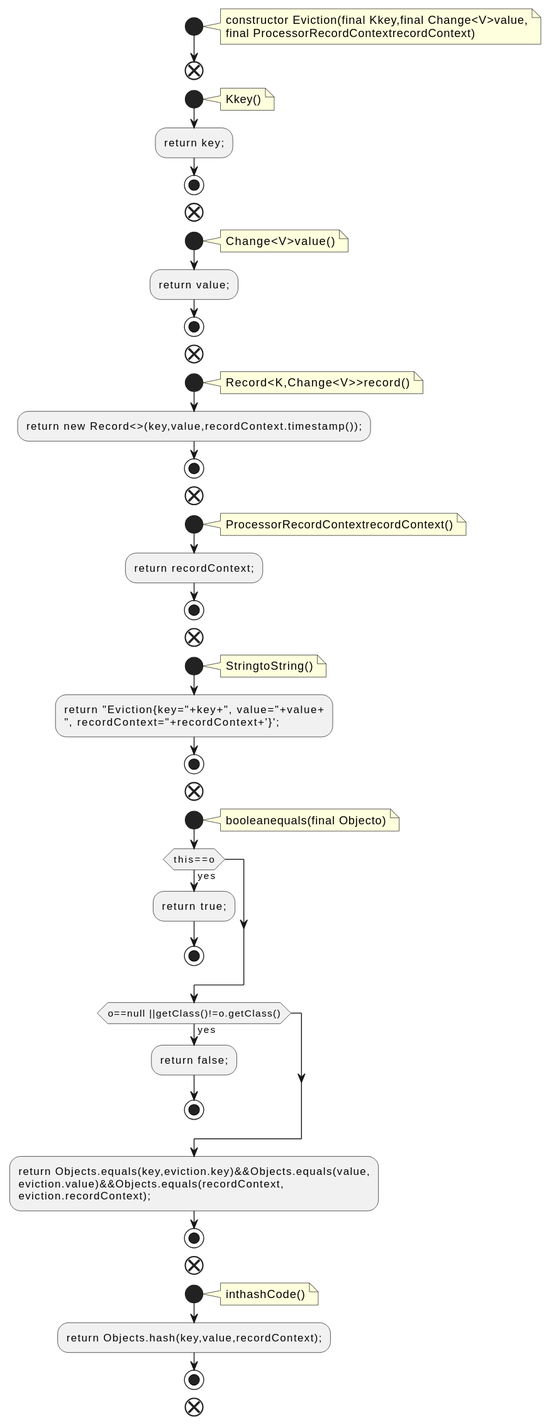
This is docs/qc/streams/src/main/java/org/apache/kafka/streams/state/internals/TimeOrderedKeyValueBuffer.java.fct.svg from qualitesys/kafka, a PlantUML export, as it was before one commit.
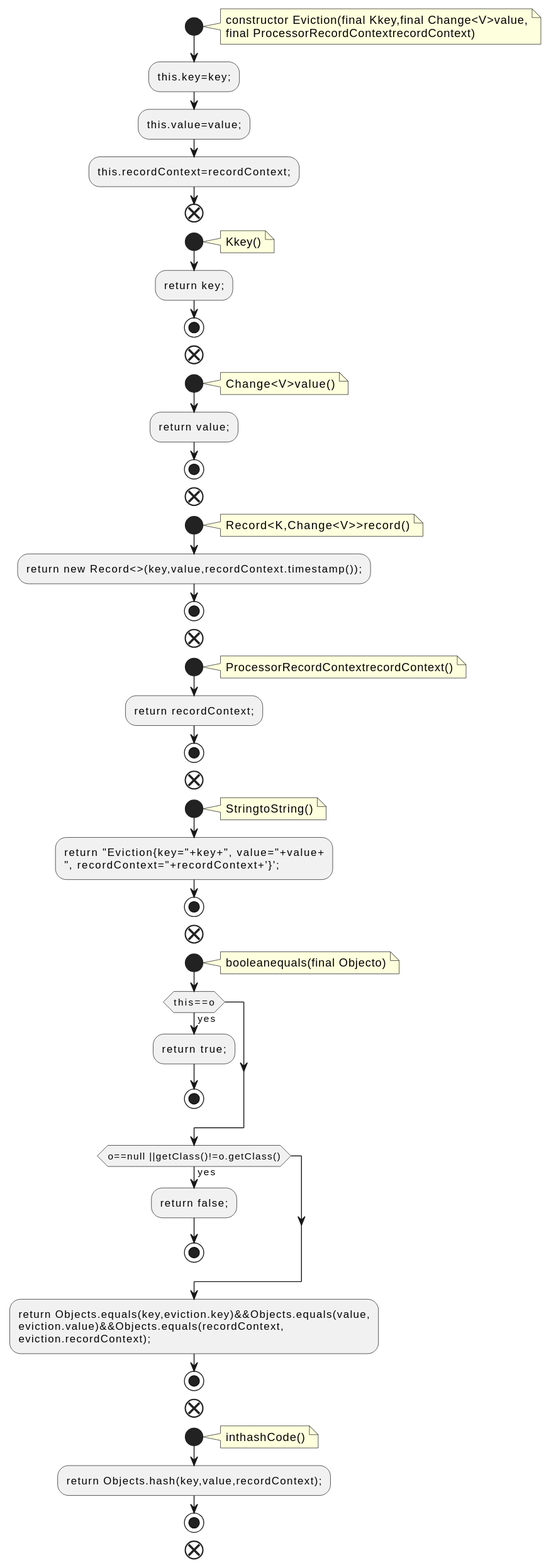
After the change.

Change to the diagram source:
```diff
@@ -5,6 +5,9 @@
 constructor Eviction(final Kkey,final Change<V>value,
 final ProcessorRecordContextrecordContext)
 end note
+:this.key=key;;
+:this.value=value;;
+:this.recordContext=recordContext;;
 end
 start
 note right
```
